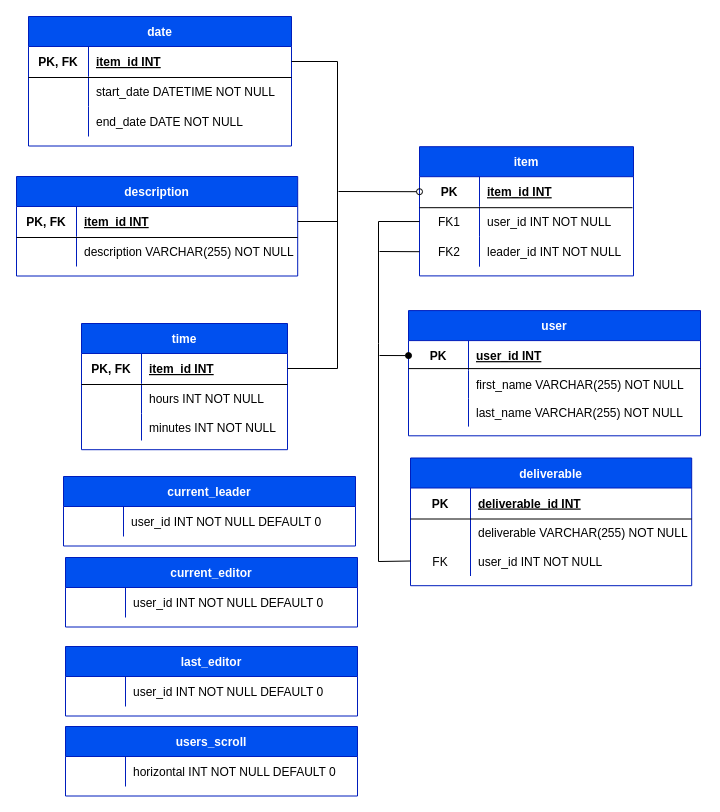
This is Logger/logger.drawio from denqiu/Logger, a draw.io file, before an edit. Source tidied: cells renumbered, new cells numbered last; positions are measured from the earlier drawing's top-left corner, leaving out a move shared by most shapes. Both pictures are drawn from the tidied source at 100%, with x=0, y=0 at pixel (16, 16).
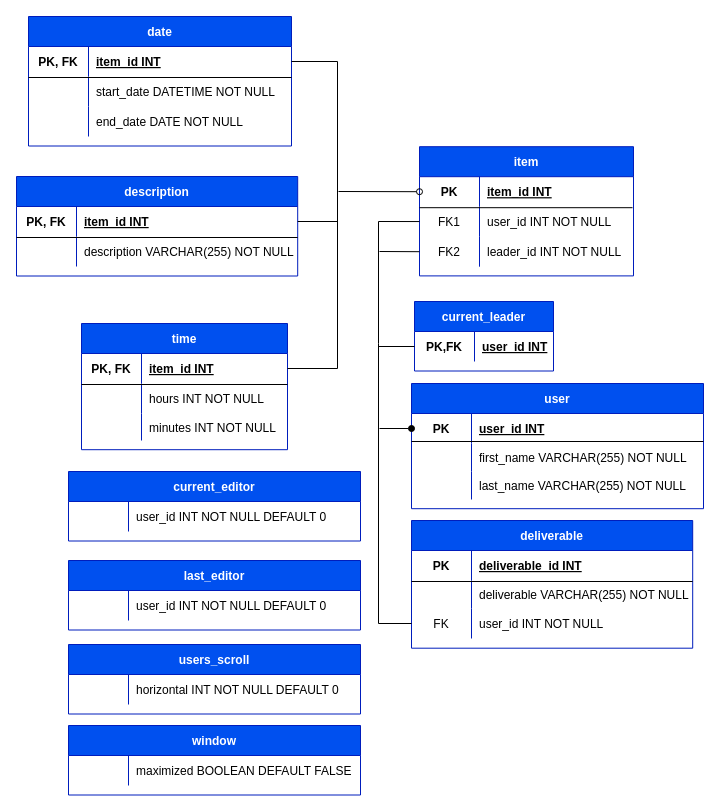
The same diagram, later.

Commit message (it also covers changes not shown here):
Meant to say that coders, NOT users, can adjust combination of mouse buttons to set for drag scrolling.

Unchanged cells that the change refers to:
```xml
<mxCell id="13" style="shape=partialRectangle;fillColor=none;top=0;left=0;bottom=0;right=0;points=[[0,0.5],[1,0.5]];portConstraint=eastwest;" parent="12" vertex="1">
  <mxGeometry y="30" width="292" height="30" as="geometry" />
</mxCell>
<mxCell id="52" style="shape=partialRectangle;fillColor=none;top=0;left=0;bottom=0;right=0;points=[[0,0.5],[1,0.5]];portConstraint=eastwest;" parent="48" vertex="1">
  <mxGeometry y="60" width="214" height="30" as="geometry" />
</mxCell>
<mxCell id="67" style="shape=partialRectangle;fillColor=none;top=0;left=0;bottom=0;right=0;points=[[0,0.5],[1,0.5]];portConstraint=eastwest;" parent="60" vertex="1">
  <mxGeometry y="88" width="281.2" height="30" as="geometry" />
</mxCell>
```

What changed in the source:
```diff
@@
     <mxCell id="11" style="group;" parent="1" vertex="1">
-      <mxGeometry x="392" y="294.1" width="292" height="125.2" as="geometry" />
+      <mxGeometry x="395" y="367" width="292" height="125.2" as="geometry" />
     </mxCell>
@@
     <mxCell id="59" style="group;" parent="1" vertex="1">
-      <mxGeometry x="394" y="441.5" width="281.2" height="99.5" as="geometry" />
+      <mxGeometry x="395" y="504" width="281.2" height="99.5" as="geometry" />
     </mxCell>
@@
     <mxCell id="71" style="endArrow=none;html=1;rounded=0;exitX=0;exitY=0.5;exitDx=0;exitDy=0;" parent="1" edge="1" source="67" target="52">
       <mxGeometry relative="1" as="geometry">
         <Array as="points">
-          <mxPoint x="362" y="545" />
+          <mxPoint x="362" y="607" />
           <mxPoint x="362" y="327" />
           <mxPoint x="362" y="205" />
         </Array>
       </mxGeometry>
     </mxCell>
@@
     <mxCell id="76" style="endArrow=oval;html=1;entryX=0;entryY=0.5;entryDx=0;entryDy=0;rounded=0;endFill=1;" parent="1" edge="1" target="13">
       <mxGeometry relative="1" as="geometry">
-        <mxPoint x="363" y="339" as="sourcePoint" />
+        <mxPoint x="363" y="412" as="sourcePoint" />
       </mxGeometry>
     </mxCell>
     <mxCell id="77" style="group;" parent="1" vertex="1">
-      <mxGeometry x="49" y="541" width="292" height="99.5" as="geometry" />
+      <mxGeometry x="52" y="455" width="292" height="99.5" as="geometry" />
     </mxCell>
@@
     <mxCell id="82" style="group;" parent="1" vertex="1">
-      <mxGeometry x="49" y="630" width="292" height="99.5" as="geometry" />
+      <mxGeometry x="52" y="544" width="292" height="99.5" as="geometry" />
     </mxCell>
@@
-    <mxCell id="87" style="group;" parent="1" vertex="1">
-      <mxGeometry x="49" y="710" width="292" height="99.5" as="geometry" />
-    </mxCell>
-    <mxCell id="88" value="users_scroll" style="shape=table;startSize=30;childLayout=tableLayout;rowLines=0;fontStyle=1;align=center;fillColor=#0050ef;strokeColor=#001DBC;fontColor=#ffffff;" parent="87" vertex="1">
-      <mxGeometry width="292" height="69.5" as="geometry" />
-    </mxCell>
-    <mxCell id="89" style="shape=partialRectangle;fillColor=none;top=0;left=0;bottom=0;right=0;" parent="88" vertex="1">
-      <mxGeometry y="30" width="292" height="30" as="geometry" />
-    </mxCell>
-    <mxCell id="90" style="shape=partialRectangle;fillColor=none;top=0;left=0;bottom=0;right=0;overflow=hidden;fontStyle=0;" parent="89" vertex="1">
-      <mxGeometry width="60" height="30" as="geometry" />
-    </mxCell>
-    <mxCell id="91" value="horizontal INT NOT NULL DEFAULT 0" style="shape=partialRectangle;fillColor=none;top=0;left=0;bottom=0;right=0;align=left;spacingLeft=6;overflow=hidden;fontStyle=0;" parent="89" vertex="1">
-      <mxGeometry x="60" width="232" height="30" as="geometry" />
-    </mxCell>
     <mxCell id="92" style="group;" parent="1" vertex="1">
-      <mxGeometry x="47" y="460" width="292" height="99.5" as="geometry" />
+      <mxGeometry x="398" y="285" width="292" height="99.5" as="geometry" />
     </mxCell>
     <mxCell id="93" value="current_leader" style="shape=table;startSize=30;childLayout=tableLayout;rowLines=0;fontStyle=1;align=center;fillColor=#0050ef;strokeColor=#001DBC;fontColor=#ffffff;" parent="92" vertex="1">
-      <mxGeometry width="292" height="69.5" as="geometry" />
+      <mxGeometry width="139" height="69.5" as="geometry" />
     </mxCell>
     <mxCell id="94" style="shape=partialRectangle;fillColor=none;top=0;left=0;bottom=0;right=0;points=[[0,0.5],[1,0.5]];portConstraint=eastwest;" parent="93" vertex="1">
-      <mxGeometry y="30" width="292" height="30" as="geometry" />
+      <mxGeometry y="30" width="139" height="30" as="geometry" />
     </mxCell>
-    <mxCell id="95" style="shape=partialRectangle;fillColor=none;top=0;left=0;bottom=0;right=0;overflow=hidden;fontStyle=0;" parent="94" vertex="1">
+    <mxCell id="95" value="PK,FK" style="shape=partialRectangle;fillColor=none;top=0;left=0;bottom=0;right=0;overflow=hidden;fontStyle=1;" parent="94" vertex="1">
       <mxGeometry width="60" height="30" as="geometry" />
     </mxCell>
-    <mxCell id="96" value="user_id INT NOT NULL DEFAULT 0" style="shape=partialRectangle;fillColor=none;top=0;left=0;bottom=0;right=0;align=left;spacingLeft=6;overflow=hidden;fontStyle=0;" parent="94" vertex="1">
-      <mxGeometry x="60" width="232" height="30" as="geometry" />
+    <mxCell id="96" value="user_id INT" style="shape=partialRectangle;fillColor=none;top=0;left=0;bottom=0;right=0;align=left;spacingLeft=6;overflow=hidden;fontStyle=5;" parent="94" vertex="1">
+      <mxGeometry x="60" width="79" height="30" as="geometry" />
     </mxCell>
+    <mxCell id="97" style="endArrow=none;html=1;entryX=0;entryY=0.5;entryDx=0;entryDy=0;rounded=0;" parent="1" edge="1" target="94">
+      <mxGeometry relative="1" as="geometry">
+        <mxPoint x="362" y="330" as="sourcePoint" />
+      </mxGeometry>
+    </mxCell>
+    <mxCell id="98" style="group;" parent="1" vertex="1">
+      <mxGeometry x="52" y="709" width="292" height="99.5" as="geometry" />
+    </mxCell>
+    <mxCell id="99" value="window" style="shape=table;startSize=30;childLayout=tableLayout;rowLines=0;fontStyle=1;align=center;fillColor=#0050ef;strokeColor=#001DBC;fontColor=#ffffff;" parent="98" vertex="1">
+      <mxGeometry width="292" height="69.5" as="geometry" />
+    </mxCell>
+    <mxCell id="100" style="shape=partialRectangle;fillColor=none;top=0;left=0;bottom=0;right=0;" parent="99" vertex="1">
+      <mxGeometry y="30" width="292" height="30" as="geometry" />
+    </mxCell>
+    <mxCell id="101" style="shape=partialRectangle;fillColor=none;top=0;left=0;bottom=0;right=0;overflow=hidden;fontStyle=0;" parent="100" vertex="1">
+      <mxGeometry width="60" height="30" as="geometry" />
+    </mxCell>
+    <mxCell id="102" value="maximized BOOLEAN DEFAULT FALSE" style="shape=partialRectangle;fillColor=none;top=0;left=0;bottom=0;right=0;align=left;spacingLeft=6;overflow=hidden;fontStyle=0;" parent="100" vertex="1">
+      <mxGeometry x="60" width="232" height="30" as="geometry" />
+    </mxCell>
+    <mxCell id="103" style="group;" parent="1" vertex="1">
+      <mxGeometry x="52" y="628" width="292" height="99.5" as="geometry" />
+    </mxCell>
+    <mxCell id="88" value="users_scroll" style="shape=table;startSize=30;childLayout=tableLayout;rowLines=0;fontStyle=1;align=center;fillColor=#0050ef;strokeColor=#001DBC;fontColor=#ffffff;" parent="103" vertex="1">
+      <mxGeometry width="292" height="69.5" as="geometry" />
+    </mxCell>
+    <mxCell id="104" style="shape=partialRectangle;fillColor=none;top=0;left=0;bottom=0;right=0;" parent="88" vertex="1">
+      <mxGeometry y="30" width="292" height="30" as="geometry" />
+    </mxCell>
+    <mxCell id="105" style="shape=partialRectangle;fillColor=none;top=0;left=0;bottom=0;right=0;overflow=hidden;fontStyle=0;" parent="104" vertex="1">
+      <mxGeometry width="60" height="30" as="geometry" />
+    </mxCell>
+    <mxCell id="91" value="horizontal INT NOT NULL DEFAULT 0" style="shape=partialRectangle;fillColor=none;top=0;left=0;bottom=0;right=0;align=left;spacingLeft=6;overflow=hidden;fontStyle=0;" parent="104" vertex="1">
+      <mxGeometry x="60" width="232" height="30" as="geometry" />
+    </mxCell>
```
